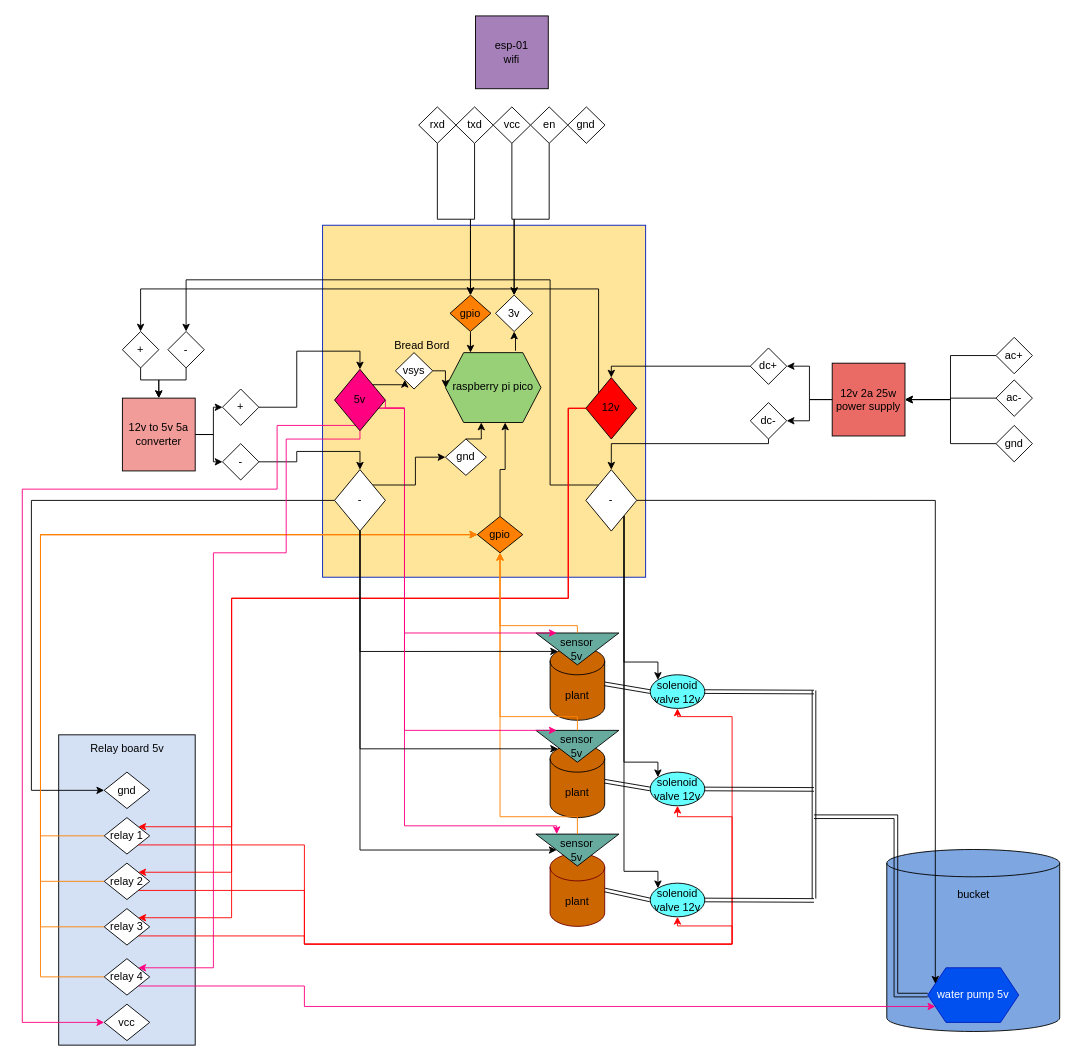
Before: doc/circuit.drawio in floryn08/rpi-pico-watering-system, a draw.io diagram. Source tidied: cells renumbered, new cells numbered last; positions are measured from the earlier drawing's top-left corner, leaving out a move shared by most shapes. Both pictures are drawn from the tidied source at 91%, with x=0, y=0 at pixel (22, 15).
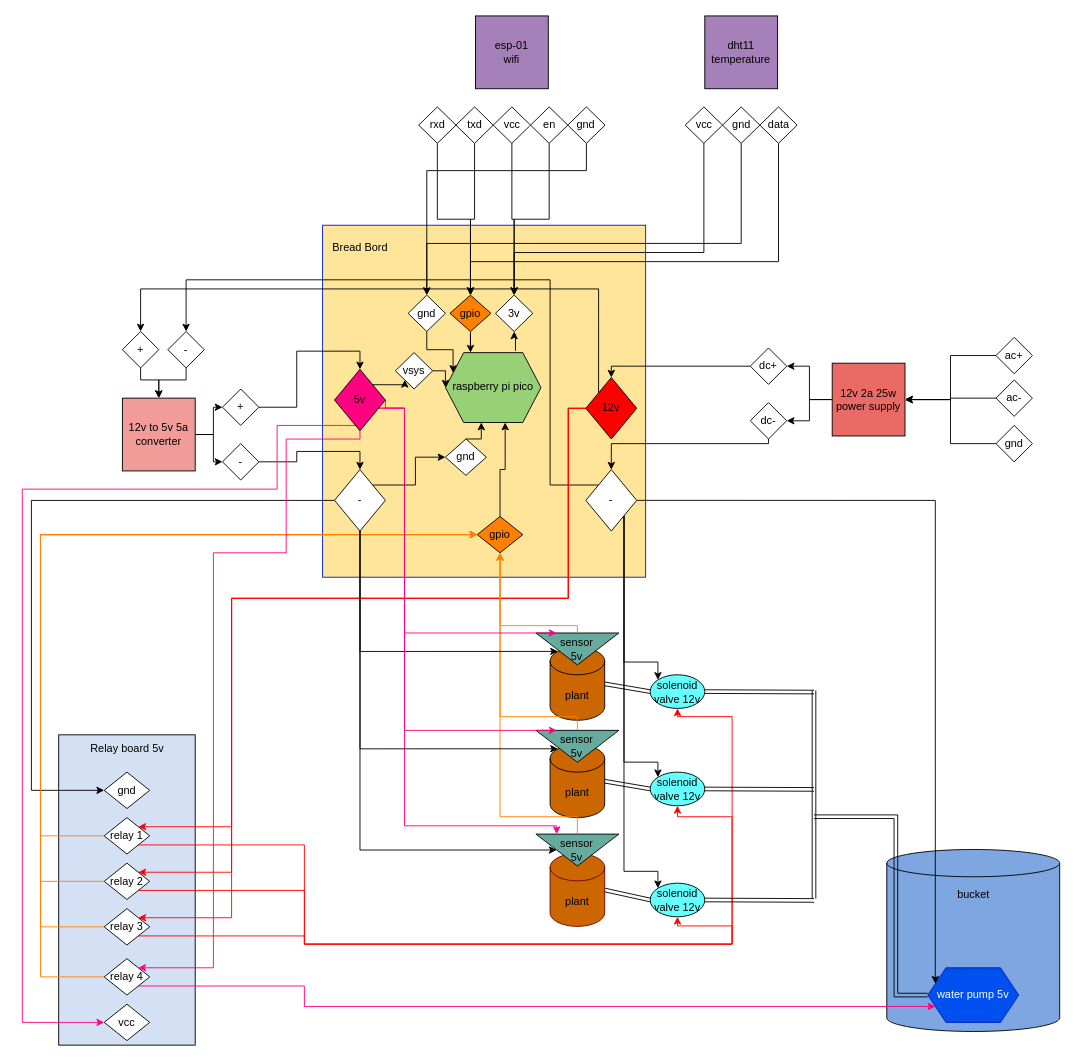
After the change.

Unchanged cells that the change refers to:
```xml
<mxCell id="97" value="raspberry pi pico" style="shape=hexagon;perimeter=hexagonPerimeter2;whiteSpace=wrap;html=1;fixedSize=1;fillColor=#97D077;" parent="1" vertex="1">
  <mxGeometry x="465" y="370" width="105" height="76.8" as="geometry" />
</mxCell>
<mxCell id="101" value="3v" style="rhombus;whiteSpace=wrap;html=1;" parent="1" vertex="1">
  <mxGeometry x="520" y="306.8" width="41" height="40" as="geometry" />
</mxCell>
<mxCell id="103" value="gpio" style="rhombus;whiteSpace=wrap;html=1;fillColor=#FF8000;" parent="1" vertex="1">
  <mxGeometry x="470" y="306.8" width="45" height="40" as="geometry" />
</mxCell>
<mxCell id="104" value="gnd" style="rhombus;whiteSpace=wrap;html=1;" parent="1" vertex="1">
  <mxGeometry x="599.4" y="100" width="41" height="40" as="geometry" />
</mxCell>
```

Diff of the diagram source:
```diff
@@
     <mxCell id="86" value="Bread Bord&lt;br&gt;" style="text;html=1;align=center;verticalAlign=middle;strokeColor=none;fillColor=none;" parent="1" vertex="1">
-      <mxGeometry x="399" y="346.8" width="80" height="30" as="geometry" />
+      <mxGeometry x="331.1" y="240" width="80" height="30" as="geometry" />
     </mxCell>
@@
+    <mxCell id="113" style="edgeStyle=orthogonalEdgeStyle;rounded=0;jettySize=auto;html=1;entryX=0.5;entryY=0;entryDx=0;entryDy=0;" parent="1" edge="1" source="104" target="122">
+      <mxGeometry relative="1" as="geometry">
+        <Array as="points">
+          <mxPoint x="620" y="170" />
+          <mxPoint x="445" y="170" />
+        </Array>
+      </mxGeometry>
+    </mxCell>
@@
+    <mxCell id="114" value="dht11&lt;br&gt;temperature" style="whiteSpace=wrap;html=1;fillColor=#A680B8;" parent="1" vertex="1">
+      <mxGeometry x="750" width="80" height="80" as="geometry" />
+    </mxCell>
+    <mxCell id="115" style="edgeStyle=orthogonalEdgeStyle;rounded=0;jettySize=auto;html=1;entryX=0.5;entryY=0;entryDx=0;entryDy=0;" parent="1" edge="1" source="116" target="101">
+      <mxGeometry relative="1" as="geometry">
+        <Array as="points">
+          <mxPoint x="749" y="260" />
+          <mxPoint x="541" y="260" />
+        </Array>
+      </mxGeometry>
+    </mxCell>
+    <mxCell id="116" value="vcc" style="rhombus;whiteSpace=wrap;html=1;" parent="1" vertex="1">
+      <mxGeometry x="728.5" y="100" width="41" height="40" as="geometry" />
+    </mxCell>
+    <mxCell id="117" style="edgeStyle=orthogonalEdgeStyle;rounded=0;jettySize=auto;html=1;entryX=0.5;entryY=0;entryDx=0;entryDy=0;" parent="1" edge="1" source="118" target="122">
+      <mxGeometry relative="1" as="geometry">
+        <Array as="points">
+          <mxPoint x="790" y="250" />
+          <mxPoint x="445" y="250" />
+        </Array>
+      </mxGeometry>
+    </mxCell>
+    <mxCell id="118" value="gnd" style="rhombus;whiteSpace=wrap;html=1;" parent="1" vertex="1">
+      <mxGeometry x="769.5" y="100" width="41" height="40" as="geometry" />
+    </mxCell>
+    <mxCell id="119" style="edgeStyle=orthogonalEdgeStyle;rounded=0;jettySize=auto;html=1;entryX=0.5;entryY=0;entryDx=0;entryDy=0;" parent="1" edge="1" source="120" target="103">
+      <mxGeometry relative="1" as="geometry">
+        <Array as="points">
+          <mxPoint x="831" y="270" />
+          <mxPoint x="493" y="270" />
+        </Array>
+      </mxGeometry>
+    </mxCell>
+    <mxCell id="120" value="data" style="rhombus;whiteSpace=wrap;html=1;" parent="1" vertex="1">
+      <mxGeometry x="810.5" y="100" width="41" height="40" as="geometry" />
+    </mxCell>
+    <mxCell id="121" style="edgeStyle=orthogonalEdgeStyle;rounded=0;jettySize=auto;html=1;entryX=0;entryY=0.25;entryDx=0;entryDy=0;" parent="1" edge="1" source="122" target="97">
+      <mxGeometry relative="1" as="geometry" />
+    </mxCell>
+    <mxCell id="122" value="gnd" style="rhombus;whiteSpace=wrap;html=1;" parent="1" vertex="1">
+      <mxGeometry x="424" y="306.8" width="41" height="40" as="geometry" />
+    </mxCell>
```
